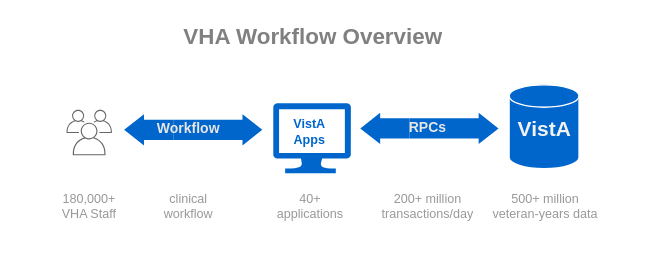
Before: img/workflow-simple.svg, a diagram exported from draw.io (cloudvista/vaa). Source tidied: cells renumbered, new cells last; positions are measured from the earlier drawing's top-left corner, leaving out a move shared by most shapes. Source of this version:
```xml
<mxGraphModel>
  <root>
    <mxCell id="0" />
    <mxCell id="1" parent="0" />
    <mxCell id="2" style="rounded=1;whiteSpace=wrap;html=1;strokeColor=none;" parent="1" vertex="1">
      <mxGeometry width="470" height="190" as="geometry" />
    </mxCell>
    <mxCell id="3" style="html=1;shadow=0;dashed=0;align=center;verticalAlign=middle;shape=mxgraph.arrows2.arrow;dy=0.35;dx=14.19;direction=west;notch=0;strokeColor=none;strokeWidth=1;fontSize=12;fontColor=#808080;fillColor=#0066CC;flipV=1;" parent="1" vertex="1">
      <mxGeometry x="257" y="80" width="35.1" height="22.3" as="geometry" />
    </mxCell>
    <mxCell id="4" value="&lt;font size=&quot;1&quot; color=&quot;#0066cc&quot; style=&quot;&quot;&gt;&lt;b style=&quot;font-size: 9px;&quot;&gt;VistA Apps&lt;/b&gt;&lt;/font&gt;" style="text;whiteSpace=wrap;html=1;fontColor=#999999;align=center;fontSize=10;fontStyle=0;" parent="1" vertex="1">
      <mxGeometry x="196.8" y="74.6" width="48.2" height="45" as="geometry" />
    </mxCell>
    <mxCell id="5" style="sketch=0;gradientColor=none;fontColor=#545B64;strokeColor=none;fillColor=#666666;dashed=0;verticalLabelPosition=bottom;verticalAlign=top;align=center;html=1;fontSize=12;fontStyle=0;shape=mxgraph.aws4.illustration_users;strokeWidth=2;perimeterSpacing=0;" parent="1" vertex="1">
      <mxGeometry x="47" y="77.9" width="32.5" height="32.5" as="geometry" />
    </mxCell>
    <mxCell id="6" style="html=1;shadow=0;dashed=0;align=center;verticalAlign=middle;shape=mxgraph.arrows2.arrow;dy=0.35;dx=14.19;direction=west;notch=0;strokeColor=none;strokeWidth=1;fontSize=12;fontColor=#808080;fillColor=#0066CC;flipV=1;rotation=-180;" parent="1" vertex="1">
      <mxGeometry x="292.1" y="80" width="63.7" height="22.3" as="geometry" />
    </mxCell>
    <mxCell id="7" value="&lt;span style=&quot;font-size: 10px;&quot;&gt;&lt;b style=&quot;&quot;&gt;&lt;font color=&quot;#e6e6e6&quot;&gt;RPCs&lt;/font&gt;&lt;/b&gt;&lt;/span&gt;" style="text;html=1;align=center;verticalAlign=middle;strokeColor=none;fillColor=none;fontSize=12;fontColor=#009900;" parent="1" vertex="1">
      <mxGeometry x="280" y="74.6" width="50" height="30" as="geometry" />
    </mxCell>
    <mxCell id="8" style="shape=cylinder3;whiteSpace=wrap;html=1;boundedLbl=1;backgroundOutline=1;size=7.999999999999943;strokeColor=#FFFFFF;fillColor=#0066CC;" parent="1" vertex="1">
      <mxGeometry x="363.4" y="60" width="50" height="60" as="geometry" />
    </mxCell>
    <mxCell id="9" value="&lt;b style=&quot;&quot;&gt;&lt;font style=&quot;font-size: 15px;&quot;&gt;VistA&lt;/font&gt;&lt;br&gt;&lt;/b&gt;" style="text;whiteSpace=wrap;html=1;fontColor=#F2F2F2;align=center;" parent="1" vertex="1">
      <mxGeometry x="356.8" y="75.8" width="64.2" height="30" as="geometry" />
    </mxCell>
    <mxCell id="10" style="sketch=0;shadow=0;dashed=0;html=1;strokeColor=none;labelPosition=center;verticalLabelPosition=bottom;verticalAlign=top;align=center;fillColor=#0066CC;shape=mxgraph.azure.computer;fontStyle=0;" parent="1" vertex="1">
      <mxGeometry x="194.8" y="73.1" width="55.5" height="50" as="geometry" />
    </mxCell>
    <mxCell id="11" value="&lt;font color=&quot;#808080&quot; style=&quot;font-size: 16px;&quot;&gt;&lt;b style=&quot;&quot;&gt;VHA Workflow Overview&lt;/b&gt;&lt;/font&gt;" style="text;html=1;align=center;verticalAlign=middle;strokeColor=none;fillColor=none;" parent="1" vertex="1">
      <mxGeometry x="117.5" y="10" width="210" height="30" as="geometry" />
    </mxCell>
    <mxCell id="12" style="html=1;shadow=0;dashed=0;align=center;verticalAlign=middle;shape=mxgraph.arrows2.arrow;dy=0.35;dx=14.19;direction=west;notch=0;strokeColor=none;strokeWidth=1;fontSize=12;fontColor=#808080;fillColor=#0066CC;flipV=1;" parent="1" vertex="1">
      <mxGeometry x="88.2" y="81" width="35.1" height="22.3" as="geometry" />
    </mxCell>
    <mxCell id="13" style="html=1;shadow=0;dashed=0;align=center;verticalAlign=middle;shape=mxgraph.arrows2.arrow;dy=0.35;dx=14.19;direction=west;notch=0;strokeColor=none;strokeWidth=1;fontSize=12;fontColor=#808080;fillColor=#0066CC;flipV=1;rotation=-180;" parent="1" vertex="1">
      <mxGeometry x="123.3" y="81" width="63.7" height="22.3" as="geometry" />
    </mxCell>
    <mxCell id="14" value="&lt;span style=&quot;font-size: 10px;&quot;&gt;&lt;b style=&quot;&quot;&gt;&lt;font color=&quot;#e6e6e6&quot;&gt;Workflow&lt;/font&gt;&lt;/b&gt;&lt;/span&gt;" style="text;html=1;align=center;verticalAlign=middle;strokeColor=none;fillColor=none;fontSize=12;fontColor=#009900;" parent="1" vertex="1">
      <mxGeometry x="99.2" y="76.1" width="70" height="30" as="geometry" />
    </mxCell>
    <mxCell id="15" value="180,000+&lt;br style=&quot;font-size: 9px;&quot;&gt;VHA Staff" style="text;html=1;align=center;verticalAlign=middle;strokeColor=none;fillColor=none;fontColor=#999999;fontStyle=0;fontSize=9;" parent="1" vertex="1">
      <mxGeometry x="33.2" y="126.6" width="60" height="40" as="geometry" />
    </mxCell>
    <mxCell id="16" value="clinical&lt;br style=&quot;font-size: 9px;&quot;&gt;workflow" style="text;html=1;align=center;verticalAlign=middle;strokeColor=none;fillColor=none;fontColor=#999999;fontStyle=0;fontSize=9;" parent="1" vertex="1">
      <mxGeometry x="104.2" y="126.6" width="60" height="40" as="geometry" />
    </mxCell>
    <mxCell id="17" value="40+&lt;br style=&quot;font-size: 9px;&quot;&gt;applications" style="text;html=1;align=center;verticalAlign=middle;strokeColor=none;fillColor=none;fontColor=#999999;fontStyle=0;fontSize=9;" parent="1" vertex="1">
      <mxGeometry x="185.9" y="126.6" width="70" height="40" as="geometry" />
    </mxCell>
    <mxCell id="18" value="200+ million&lt;br style=&quot;font-size: 9px;&quot;&gt;transactions/day" style="text;html=1;align=center;verticalAlign=middle;strokeColor=none;fillColor=none;fontColor=#999999;fontStyle=0;fontSize=9;" parent="1" vertex="1">
      <mxGeometry x="260" y="126.6" width="90" height="40" as="geometry" />
    </mxCell>
    <mxCell id="19" value="500+ million&lt;br style=&quot;font-size: 9px;&quot;&gt;veteran-years data" style="text;html=1;align=center;verticalAlign=middle;strokeColor=none;fillColor=none;fontColor=#999999;fontStyle=0;fontSize=9;" parent="1" vertex="1">
      <mxGeometry x="338.9" y="126.6" width="100" height="40" as="geometry" />
    </mxCell>
  </root>
</mxGraphModel>
```
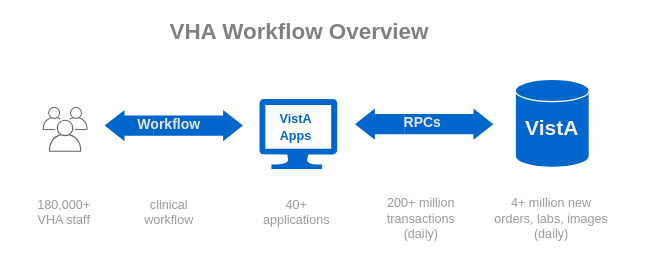
Above is the later version.

What changed in the source:
```diff
@@ -3,28 +3,28 @@
     <mxCell id="0" />
     <mxCell id="1" parent="0" />
     <mxCell id="2" style="rounded=1;whiteSpace=wrap;html=1;strokeColor=none;" parent="1" vertex="1">
-      <mxGeometry width="470" height="190" as="geometry" />
+      <mxGeometry x="10" y="3.1" width="460" height="190" as="geometry" />
     </mxCell>
     <mxCell id="3" style="html=1;shadow=0;dashed=0;align=center;verticalAlign=middle;shape=mxgraph.arrows2.arrow;dy=0.35;dx=14.19;direction=west;notch=0;strokeColor=none;strokeWidth=1;fontSize=12;fontColor=#808080;fillColor=#0066CC;flipV=1;" parent="1" vertex="1">
-      <mxGeometry x="257" y="80" width="35.1" height="22.3" as="geometry" />
+      <mxGeometry x="263" y="80" width="35.1" height="22.3" as="geometry" />
     </mxCell>
     <mxCell id="4" value="&lt;font size=&quot;1&quot; color=&quot;#0066cc&quot; style=&quot;&quot;&gt;&lt;b style=&quot;font-size: 9px;&quot;&gt;VistA Apps&lt;/b&gt;&lt;/font&gt;" style="text;whiteSpace=wrap;html=1;fontColor=#999999;align=center;fontSize=10;fontStyle=0;" parent="1" vertex="1">
       <mxGeometry x="196.8" y="74.6" width="48.2" height="45" as="geometry" />
     </mxCell>
     <mxCell id="5" style="sketch=0;gradientColor=none;fontColor=#545B64;strokeColor=none;fillColor=#666666;dashed=0;verticalLabelPosition=bottom;verticalAlign=top;align=center;html=1;fontSize=12;fontStyle=0;shape=mxgraph.aws4.illustration_users;strokeWidth=2;perimeterSpacing=0;" parent="1" vertex="1">
-      <mxGeometry x="47" y="77.9" width="32.5" height="32.5" as="geometry" />
+      <mxGeometry x="40" y="78.9" width="32" height="32" as="geometry" />
     </mxCell>
     <mxCell id="6" style="html=1;shadow=0;dashed=0;align=center;verticalAlign=middle;shape=mxgraph.arrows2.arrow;dy=0.35;dx=14.19;direction=west;notch=0;strokeColor=none;strokeWidth=1;fontSize=12;fontColor=#808080;fillColor=#0066CC;flipV=1;rotation=-180;" parent="1" vertex="1">
-      <mxGeometry x="292.1" y="80" width="63.7" height="22.3" as="geometry" />
+      <mxGeometry x="298.1" y="80" width="63.7" height="22.3" as="geometry" />
     </mxCell>
     <mxCell id="7" value="&lt;span style=&quot;font-size: 10px;&quot;&gt;&lt;b style=&quot;&quot;&gt;&lt;font color=&quot;#e6e6e6&quot;&gt;RPCs&lt;/font&gt;&lt;/b&gt;&lt;/span&gt;" style="text;html=1;align=center;verticalAlign=middle;strokeColor=none;fillColor=none;fontSize=12;fontColor=#009900;" parent="1" vertex="1">
-      <mxGeometry x="280" y="74.6" width="50" height="30" as="geometry" />
+      <mxGeometry x="286" y="74.6" width="50" height="30" as="geometry" />
     </mxCell>
     <mxCell id="8" style="shape=cylinder3;whiteSpace=wrap;html=1;boundedLbl=1;backgroundOutline=1;size=7.999999999999943;strokeColor=#FFFFFF;fillColor=#0066CC;" parent="1" vertex="1">
-      <mxGeometry x="363.4" y="60" width="50" height="60" as="geometry" />
+      <mxGeometry x="377.4" y="59" width="53" height="63" as="geometry" />
     </mxCell>
     <mxCell id="9" value="&lt;b style=&quot;&quot;&gt;&lt;font style=&quot;font-size: 15px;&quot;&gt;VistA&lt;/font&gt;&lt;br&gt;&lt;/b&gt;" style="text;whiteSpace=wrap;html=1;fontColor=#F2F2F2;align=center;" parent="1" vertex="1">
-      <mxGeometry x="356.8" y="75.8" width="64.2" height="30" as="geometry" />
+      <mxGeometry x="371.8" y="77.8" width="64.2" height="30" as="geometry" />
     </mxCell>
     <mxCell id="10" style="sketch=0;shadow=0;dashed=0;html=1;strokeColor=none;labelPosition=center;verticalLabelPosition=bottom;verticalAlign=top;align=center;fillColor=#0066CC;shape=mxgraph.azure.computer;fontStyle=0;" parent="1" vertex="1">
       <mxGeometry x="194.8" y="73.1" width="55.5" height="50" as="geometry" />
@@ -33,28 +33,28 @@
       <mxGeometry x="117.5" y="10" width="210" height="30" as="geometry" />
     </mxCell>
     <mxCell id="12" style="html=1;shadow=0;dashed=0;align=center;verticalAlign=middle;shape=mxgraph.arrows2.arrow;dy=0.35;dx=14.19;direction=west;notch=0;strokeColor=none;strokeWidth=1;fontSize=12;fontColor=#808080;fillColor=#0066CC;flipV=1;" parent="1" vertex="1">
-      <mxGeometry x="88.2" y="81" width="35.1" height="22.3" as="geometry" />
+      <mxGeometry x="84.2" y="81" width="35.1" height="22.3" as="geometry" />
     </mxCell>
     <mxCell id="13" style="html=1;shadow=0;dashed=0;align=center;verticalAlign=middle;shape=mxgraph.arrows2.arrow;dy=0.35;dx=14.19;direction=west;notch=0;strokeColor=none;strokeWidth=1;fontSize=12;fontColor=#808080;fillColor=#0066CC;flipV=1;rotation=-180;" parent="1" vertex="1">
-      <mxGeometry x="123.3" y="81" width="63.7" height="22.3" as="geometry" />
+      <mxGeometry x="119.3" y="81" width="63.7" height="22.3" as="geometry" />
     </mxCell>
     <mxCell id="14" value="&lt;span style=&quot;font-size: 10px;&quot;&gt;&lt;b style=&quot;&quot;&gt;&lt;font color=&quot;#e6e6e6&quot;&gt;Workflow&lt;/font&gt;&lt;/b&gt;&lt;/span&gt;" style="text;html=1;align=center;verticalAlign=middle;strokeColor=none;fillColor=none;fontSize=12;fontColor=#009900;" parent="1" vertex="1">
-      <mxGeometry x="99.2" y="76.1" width="70" height="30" as="geometry" />
+      <mxGeometry x="95.2" y="76.1" width="70" height="30" as="geometry" />
     </mxCell>
-    <mxCell id="15" value="180,000+&lt;br style=&quot;font-size: 9px;&quot;&gt;VHA Staff" style="text;html=1;align=center;verticalAlign=middle;strokeColor=none;fillColor=none;fontColor=#999999;fontStyle=0;fontSize=9;" parent="1" vertex="1">
-      <mxGeometry x="33.2" y="126.6" width="60" height="40" as="geometry" />
+    <mxCell id="15" value="180,000+&lt;br style=&quot;font-size: 9px;&quot;&gt;VHA staff" style="text;html=1;align=center;verticalAlign=middle;strokeColor=none;fillColor=none;fontColor=#999999;fontStyle=0;fontSize=9;" parent="1" vertex="1">
+      <mxGeometry x="25.2" y="133.6" width="60" height="40" as="geometry" />
     </mxCell>
     <mxCell id="16" value="clinical&lt;br style=&quot;font-size: 9px;&quot;&gt;workflow" style="text;html=1;align=center;verticalAlign=middle;strokeColor=none;fillColor=none;fontColor=#999999;fontStyle=0;fontSize=9;" parent="1" vertex="1">
-      <mxGeometry x="104.2" y="126.6" width="60" height="40" as="geometry" />
+      <mxGeometry x="100.2" y="133.6" width="60" height="40" as="geometry" />
     </mxCell>
     <mxCell id="17" value="40+&lt;br style=&quot;font-size: 9px;&quot;&gt;applications" style="text;html=1;align=center;verticalAlign=middle;strokeColor=none;fillColor=none;fontColor=#999999;fontStyle=0;fontSize=9;" parent="1" vertex="1">
-      <mxGeometry x="185.9" y="126.6" width="70" height="40" as="geometry" />
+      <mxGeometry x="185.9" y="133.6" width="70" height="40" as="geometry" />
     </mxCell>
-    <mxCell id="18" value="200+ million&lt;br style=&quot;font-size: 9px;&quot;&gt;transactions/day" style="text;html=1;align=center;verticalAlign=middle;strokeColor=none;fillColor=none;fontColor=#999999;fontStyle=0;fontSize=9;" parent="1" vertex="1">
-      <mxGeometry x="260" y="126.6" width="90" height="40" as="geometry" />
+    <mxCell id="18" value="200+ million&lt;br style=&quot;font-size: 9px;&quot;&gt;transactions&lt;br&gt;(daily)" style="text;html=1;align=center;verticalAlign=middle;strokeColor=none;fillColor=none;fontColor=#999999;fontStyle=0;fontSize=9;" parent="1" vertex="1">
+      <mxGeometry x="275" y="133.6" width="70" height="50" as="geometry" />
     </mxCell>
-    <mxCell id="19" value="500+ million&lt;br style=&quot;font-size: 9px;&quot;&gt;veteran-years data" style="text;html=1;align=center;verticalAlign=middle;strokeColor=none;fillColor=none;fontColor=#999999;fontStyle=0;fontSize=9;" parent="1" vertex="1">
-      <mxGeometry x="338.9" y="126.6" width="100" height="40" as="geometry" />
+    <mxCell id="19" value="4+ million new&lt;br style=&quot;font-size: 9px;&quot;&gt;orders, labs, images&lt;br&gt;(daily)" style="text;html=1;align=center;verticalAlign=middle;strokeColor=none;fillColor=none;fontColor=#999999;fontStyle=0;fontSize=9;" parent="1" vertex="1">
+      <mxGeometry x="352.9" y="133.6" width="100" height="50" as="geometry" />
     </mxCell>
   </root>
 </mxGraphModel>
```
